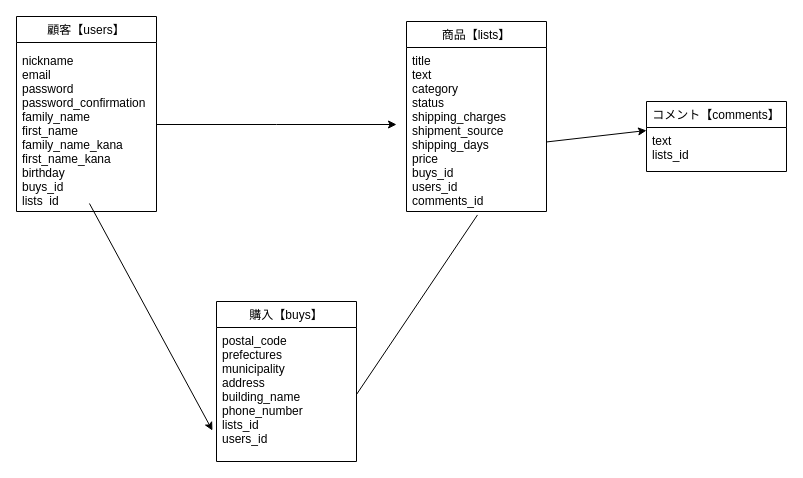
ally1031/furima-29674 keeps this draw.io diagram as ER.dio. Above is the earlier version. Source tidied: cells renumbered, new cells numbered last; positions are measured from the earlier drawing's top-left corner, leaving out a move shared by most shapes. Both pictures are drawn from the tidied source at 100%, with x=0, y=0 at pixel (16, 16).
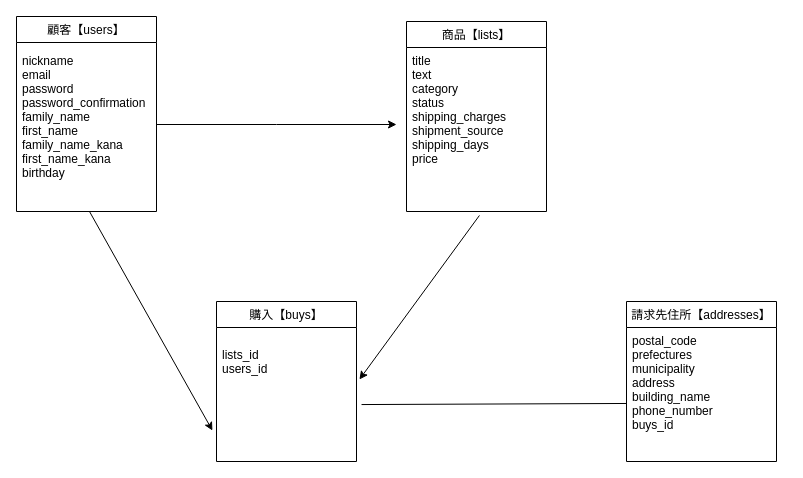
After the change.

Commit message (it also covers changes not shown here):
DB設計(README)の修正３

https://gyazo.com/bc5b1507a1d02e4a6b45ef134dafbb05

What changed in the source:
```diff
@@
 <mxGraphModel>
   <root>
     <mxCell id="0" />
     <mxCell id="1" parent="0" />
     <mxCell id="2" value="商品【lists】" style="swimlane;fontStyle=0;horizontal=1;startSize=26;fillColor=none;" parent="1" vertex="1">
       <mxGeometry x="390" y="5" width="140" height="190" as="geometry" />
     </mxCell>
-    <mxCell id="3" value="title&#10;text&#10;category&#10;status&#10;shipping_charges&#10;shipment_source&#10;shipping_days&#10;price&#10;buys_id&#10;users_id&#10;comments_id" style="text;strokeColor=none;fillColor=none;align=left;verticalAlign=top;spacingLeft=4;spacingRight=4;overflow=hidden;points=[[0,0.5],[1,0.5]];portConstraint=eastwest;" parent="2" vertex="1">
+    <mxCell id="3" value="title&#10;text&#10;category&#10;status&#10;shipping_charges&#10;shipment_source&#10;shipping_days&#10;price&#10;" style="text;strokeColor=none;fillColor=none;align=left;verticalAlign=top;spacingLeft=4;spacingRight=4;overflow=hidden;points=[[0,0.5],[1,0.5]];portConstraint=eastwest;" parent="2" vertex="1">
       <mxGeometry y="26" width="140" height="164" as="geometry" />
     </mxCell>
     <mxCell id="4" style="edgeStyle=orthogonalEdgeStyle;rounded=0;jettySize=auto;html=1;" parent="1" edge="1" source="5">
       <mxGeometry relative="1" as="geometry">
         <mxPoint x="380" y="108" as="targetPoint" />
       </mxGeometry>
     </mxCell>
-    <mxCell id="5" value="nickname&#10;email&#10;password&#10;password_confirmation&#10;family_name&#10;first_name&#10;family_name_kana&#10;first_name_kana&#10;birthday&#10;buys_id&#10;lists_id" style="text;strokeColor=none;fillColor=none;align=left;verticalAlign=top;spacingLeft=4;spacingRight=4;overflow=hidden;points=[[0,0.5],[1,0.5]];portConstraint=eastwest;" parent="1" vertex="1">
+    <mxCell id="5" value="nickname&#10;email&#10;password&#10;password_confirmation&#10;family_name&#10;first_name&#10;family_name_kana&#10;first_name_kana&#10;birthday" style="text;strokeColor=none;fillColor=none;align=left;verticalAlign=top;spacingLeft=4;spacingRight=4;overflow=hidden;points=[[0,0.5],[1,0.5]];portConstraint=eastwest;" parent="1" vertex="1">
       <mxGeometry y="31" width="140" height="154" as="geometry" />
     </mxCell>
     <mxCell id="6" value="購入【buys】" style="swimlane;fontStyle=0;horizontal=1;startSize=26;fillColor=none;" parent="1" vertex="1">
       <mxGeometry x="200" y="285" width="140" height="160" as="geometry" />
     </mxCell>
-    <mxCell id="7" value="postal_code&#10;prefectures&#10;municipality&#10;address&#10;building_name&#10;phone_number&#10;lists_id&#10;users_id&#10;" style="text;strokeColor=none;fillColor=none;align=left;verticalAlign=top;spacingLeft=4;spacingRight=4;overflow=hidden;points=[[0,0.5],[1,0.5]];portConstraint=eastwest;" parent="6" vertex="1">
+    <mxCell id="7" value="&#10;lists_id&#10;users_id&#10;" style="text;strokeColor=none;fillColor=none;align=left;verticalAlign=top;spacingLeft=4;spacingRight=4;overflow=hidden;points=[[0,0.5],[1,0.5]];portConstraint=eastwest;" parent="6" vertex="1">
       <mxGeometry y="26" width="140" height="134" as="geometry" />
     </mxCell>
-    <mxCell id="8" style="endArrow=classic;html=1;exitX=0.521;exitY=1.013;exitDx=0;exitDy=0;exitPerimeter=0;entryX=-0.029;entryY=0.769;entryDx=0;entryDy=0;entryPerimeter=0;" parent="1" edge="1" source="5" target="7">
-      <mxGeometry relative="1" as="geometry" />
+    <mxCell id="8" style="endArrow=classic;html=1;entryX=-0.029;entryY=0.769;entryDx=0;entryDy=0;entryPerimeter=0;" parent="1" edge="1" target="7">
+      <mxGeometry relative="1" as="geometry">
+        <mxPoint x="73" y="195" as="sourcePoint" />
+      </mxGeometry>
     </mxCell>
-    <mxCell id="9" style="endArrow=none;html=1;exitX=1;exitY=0.5;exitDx=0;exitDy=0;entryX=0.507;entryY=1.021;entryDx=0;entryDy=0;entryPerimeter=0;" parent="1" edge="1" source="7" target="3">
-      <mxGeometry relative="1" as="geometry" />
-    </mxCell>
-    <mxCell id="10" style="endArrow=classic;html=1;exitX=1;exitY=0.576;exitDx=0;exitDy=0;exitPerimeter=0;" parent="1" edge="1" source="3">
-      <mxGeometry relative="1" as="geometry">
-        <mxPoint x="630" y="114" as="targetPoint" />
-      </mxGeometry>
-    </mxCell>
+    <mxCell id="13" value="顧客【users】" style="swimlane;fontStyle=0;horizontal=1;startSize=26;fillColor=none;" parent="1" vertex="1">
+      <mxGeometry width="140" height="195" as="geometry" />
+    </mxCell>
-    <mxCell id="11" value="コメント【comments】" style="swimlane;fontStyle=0;horizontal=1;startSize=26;fillColor=none;" parent="1" vertex="1">
-      <mxGeometry x="630" y="85" width="140" height="70" as="geometry" />
+    <mxCell id="11" value="請求先住所【addresses】" style="swimlane;fontStyle=0;horizontal=1;startSize=26;fillColor=none;" parent="1" vertex="1">
+      <mxGeometry x="610" y="285" width="150" height="160" as="geometry" />
     </mxCell>
-    <mxCell id="12" value="text&#10;lists_id" style="text;strokeColor=none;fillColor=none;align=left;verticalAlign=top;spacingLeft=4;spacingRight=4;overflow=hidden;points=[[0,0.5],[1,0.5]];portConstraint=eastwest;" parent="11" vertex="1">
-      <mxGeometry y="26" width="140" height="44" as="geometry" />
+    <mxCell id="12" value="postal_code&#10;prefectures&#10;municipality&#10;address&#10;building_name&#10;phone_number&#10;buys_id" style="text;strokeColor=none;fillColor=none;align=left;verticalAlign=top;spacingLeft=4;spacingRight=4;overflow=hidden;points=[[0,0.5],[1,0.5]];portConstraint=eastwest;" parent="11" vertex="1">
+      <mxGeometry y="26" width="150" height="134" as="geometry" />
     </mxCell>
-    <mxCell id="13" value="顧客【users】" style="swimlane;fontStyle=0;horizontal=1;startSize=26;fillColor=none;" parent="1" vertex="1">
-      <mxGeometry width="140" height="195" as="geometry" />
-    </mxCell>
+    <mxCell id="14" style="endArrow=none;html=1;entryX=0;entryY=0.567;entryDx=0;entryDy=0;exitX=1.036;exitY=0.575;exitDx=0;exitDy=0;exitPerimeter=0;entryPerimeter=0;" parent="1" edge="1" source="7" target="12">
+      <mxGeometry relative="1" as="geometry" />
+    </mxCell>
+    <mxCell id="15" style="endArrow=classic;html=1;entryX=1.021;entryY=0.388;entryDx=0;entryDy=0;entryPerimeter=0;exitX=0.521;exitY=1.024;exitDx=0;exitDy=0;exitPerimeter=0;" parent="1" edge="1" source="3" target="7">
+      <mxGeometry relative="1" as="geometry" />
+    </mxCell>
   </root>
 </mxGraphModel>
```
